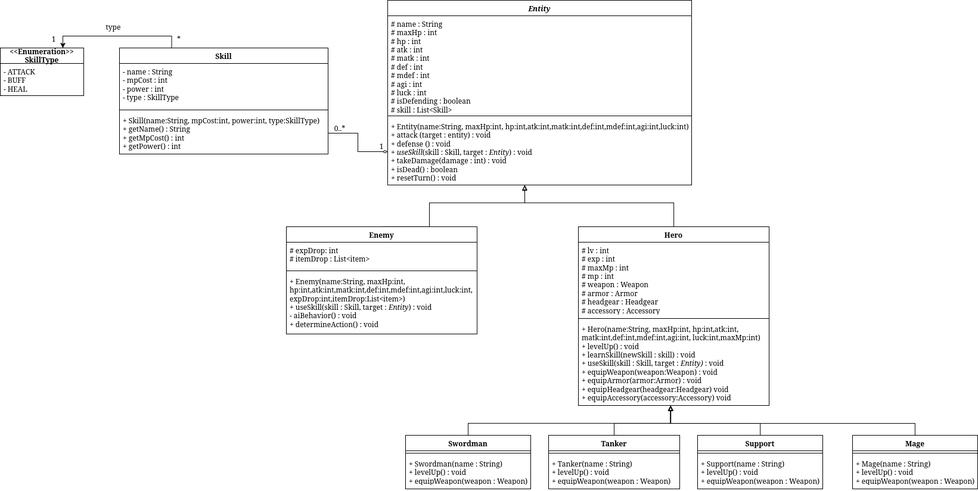
This is OOP_RPG_CLI_Implement.drawio.png from Aerhead09/OOP-RPG-Battle, a draw.io export, as it was before one commit. Source tidied: cells renumbered, new cells last; positions are measured from the earlier drawing's top-left corner, leaving out a move shared by most shapes.
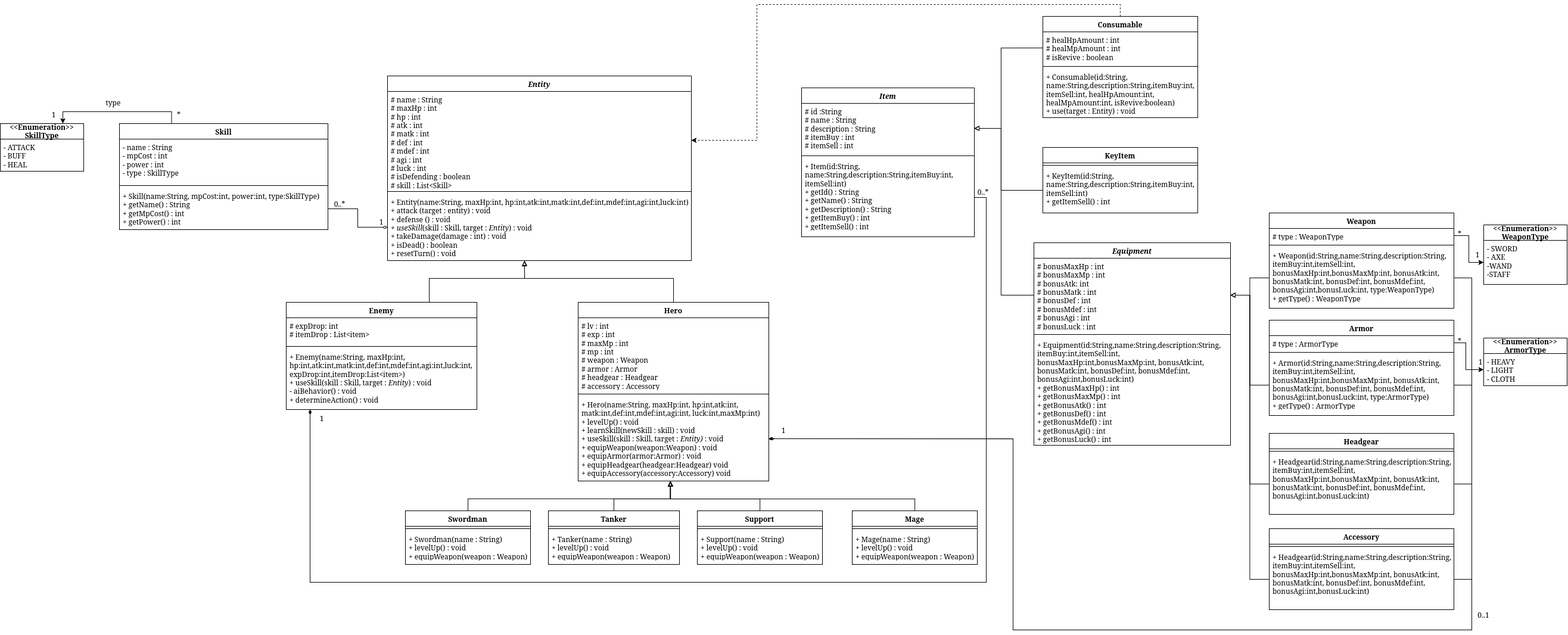
After the commit.

Commit message:
nambah class diagram di bagian item dan tetek bengek nya

Change to the diagram source:
```diff
@@ -164,5 +164,233 @@
     <mxCell id="44" value="type" style="text;html=1;whiteSpace=wrap;strokeColor=none;fillColor=none;align=center;verticalAlign=middle;rounded=0;" parent="1" vertex="1">
       <mxGeometry x="160" y="30" width="60" height="30" as="geometry" />
     </mxCell>
+    <mxCell id="45" value="&lt;i&gt;Item&lt;/i&gt;" style="swimlane;fontStyle=1;align=center;verticalAlign=top;horizontal=1;startSize=26;whiteSpace=wrap;html=1;" parent="1" vertex="1">
+      <mxGeometry x="1345" y="20" width="290" height="250" as="geometry" />
+    </mxCell>
+    <mxCell id="46" value="&lt;div&gt;# id :String&lt;/div&gt;&lt;div&gt;# name : String&lt;/div&gt;&lt;div&gt;# description : String&lt;/div&gt;&lt;div&gt;# itemBuy : int&lt;/div&gt;&lt;div&gt;# itemSell : int&lt;/div&gt;&lt;div&gt;-&lt;/div&gt;" style="text;strokeColor=none;fillColor=none;align=left;verticalAlign=top;spacingLeft=4;spacingRight=4;overflow=hidden;points=[[0,0.5],[1,0.5]];portConstraint=eastwest;whiteSpace=wrap;html=1;" parent="45" vertex="1">
+      <mxGeometry y="26" width="290" height="84" as="geometry" />
+    </mxCell>
+    <mxCell id="47" style="line;strokeWidth=1;fillColor=none;align=left;verticalAlign=middle;spacingTop=-1;spacingLeft=3;spacingRight=3;labelPosition=right;strokeColor=inherit;" parent="45" vertex="1">
+      <mxGeometry y="110" width="290" height="8" as="geometry" />
+    </mxCell>
+    <mxCell id="48" value="&lt;div&gt;+ Item(id:String, name:String,description:String,itemBuy:int, itemSell:int)&lt;/div&gt;&lt;div&gt;+ getId() : String&lt;/div&gt;&lt;div&gt;+ getName() : String&lt;/div&gt;&lt;div&gt;+ getDescription() : String&lt;/div&gt;&lt;div&gt;+ getItemBuy() : int&lt;/div&gt;&lt;div&gt;+ getItemSell() : int&lt;/div&gt;" style="text;strokeColor=none;fillColor=none;align=left;verticalAlign=top;spacingLeft=4;spacingRight=4;overflow=hidden;points=[[0,0.5],[1,0.5]];portConstraint=eastwest;whiteSpace=wrap;html=1;" parent="45" vertex="1">
+      <mxGeometry y="118" width="290" height="132" as="geometry" />
+    </mxCell>
+    <mxCell id="49" style="edgeStyle=orthogonalEdgeStyle;rounded=0;jettySize=auto;html=1;exitX=0.5;exitY=0;exitDx=0;exitDy=0;entryX=1;entryY=0.5;entryDx=0;entryDy=0;dashed=1;" parent="1" edge="1" source="50" target="3">
+      <mxGeometry relative="1" as="geometry">
+        <Array as="points">
+          <mxPoint x="1880" y="-120" />
+          <mxPoint x="1270" y="-120" />
+          <mxPoint x="1270" y="108" />
+        </Array>
+      </mxGeometry>
+    </mxCell>
+    <mxCell id="50" value="Consumable" style="swimlane;fontStyle=1;align=center;verticalAlign=top;horizontal=1;startSize=26;whiteSpace=wrap;html=1;" parent="1" vertex="1">
+      <mxGeometry x="1750" y="-100" width="260" height="170" as="geometry" />
+    </mxCell>
+    <mxCell id="51" value="&lt;div&gt;# healHpAmount : int&lt;/div&gt;&lt;div&gt;# healMpAmount : int&lt;/div&gt;&lt;div&gt;# isRevive : boolean&lt;/div&gt;" style="text;strokeColor=none;fillColor=none;align=left;verticalAlign=top;spacingLeft=4;spacingRight=4;overflow=hidden;points=[[0,0.5],[1,0.5]];portConstraint=eastwest;whiteSpace=wrap;html=1;" parent="50" vertex="1">
+      <mxGeometry y="26" width="260" height="54" as="geometry" />
+    </mxCell>
+    <mxCell id="52" style="line;strokeWidth=1;fillColor=none;align=left;verticalAlign=middle;spacingTop=-1;spacingLeft=3;spacingRight=3;labelPosition=right;strokeColor=inherit;" parent="50" vertex="1">
+      <mxGeometry y="80" width="260" height="8" as="geometry" />
+    </mxCell>
+    <mxCell id="53" value="&lt;div&gt;+ Consumable(id:String, name:String,description:String,itemBuy:int, itemSell:int, healHpAmount:int, healMpAmount:int, isRevive:boolean)&lt;/div&gt;&lt;div&gt;+ use(target : Entity) : void&lt;/div&gt;" style="text;strokeColor=none;fillColor=none;align=left;verticalAlign=top;spacingLeft=4;spacingRight=4;overflow=hidden;whiteSpace=wrap;html=1;" parent="50" vertex="1">
+      <mxGeometry y="88" width="260" height="82" as="geometry" />
+    </mxCell>
+    <mxCell id="54" value="KeyItem" style="swimlane;fontStyle=1;align=center;verticalAlign=top;horizontal=1;startSize=26;whiteSpace=wrap;html=1;" parent="1" vertex="1">
+      <mxGeometry x="1750" y="120" width="260" height="110" as="geometry" />
+    </mxCell>
+    <mxCell id="55" style="line;strokeWidth=1;fillColor=none;align=left;verticalAlign=middle;spacingTop=-1;spacingLeft=3;spacingRight=3;labelPosition=right;strokeColor=inherit;" parent="54" vertex="1">
+      <mxGeometry y="26" width="260" height="8" as="geometry" />
+    </mxCell>
+    <mxCell id="56" value="&lt;div&gt;+ KeyItem(id:String, name:String,description:String,itemBuy:int, itemSell:int)&lt;/div&gt;&lt;div&gt;+ getItemSell() : int&lt;/div&gt;" style="text;strokeColor=none;fillColor=none;align=left;verticalAlign=top;spacingLeft=4;spacingRight=4;overflow=hidden;points=[[0,0.5],[1,0.5]];portConstraint=eastwest;whiteSpace=wrap;html=1;" parent="54" vertex="1">
+      <mxGeometry y="34" width="260" height="76" as="geometry" />
+    </mxCell>
+    <mxCell id="57" value="&lt;i&gt;Equipment&lt;/i&gt;" style="swimlane;fontStyle=1;align=center;verticalAlign=top;horizontal=1;startSize=26;whiteSpace=wrap;html=1;" parent="1" vertex="1">
+      <mxGeometry x="1735" y="280" width="330" height="340" as="geometry" />
+    </mxCell>
+    <mxCell id="58" value="&lt;div&gt;# bonusMaxHp : int&lt;/div&gt;&lt;div&gt;# bonusMaxMp : int&lt;/div&gt;&lt;div&gt;# bonusAtk: int&lt;/div&gt;&lt;div&gt;# bonusMatk : int&lt;/div&gt;&lt;div&gt;# bonusDef : int&lt;/div&gt;&lt;div&gt;# bonusMdef : int&lt;/div&gt;&lt;div&gt;# bonusAgi : int&lt;/div&gt;&lt;div&gt;# bonusLuck : int&lt;/div&gt;" style="text;strokeColor=none;fillColor=none;align=left;verticalAlign=top;spacingLeft=4;spacingRight=4;overflow=hidden;points=[[0,0.5],[1,0.5]];portConstraint=eastwest;whiteSpace=wrap;html=1;" parent="57" vertex="1">
+      <mxGeometry y="26" width="330" height="124" as="geometry" />
+    </mxCell>
+    <mxCell id="59" style="line;strokeWidth=1;fillColor=none;align=left;verticalAlign=middle;spacingTop=-1;spacingLeft=3;spacingRight=3;labelPosition=right;strokeColor=inherit;" parent="57" vertex="1">
+      <mxGeometry y="150" width="330" height="8" as="geometry" />
+    </mxCell>
+    <mxCell id="60" value="&lt;div&gt;+ Equipment(id:String,name:String,description:String, itemBuy:int,itemSell:int, bonusMaxHp:int,bonusMaxMp:int, bonusAtk:int, bonusMatk:int, bonusDef:int, bonusMdef:int, bonusAgi:int,bonusLuck:int)&lt;/div&gt;&lt;div&gt;+ getBonusMaxHp() : int&lt;/div&gt;&lt;div&gt;+ getBonusMaxMp() : int&lt;/div&gt;&lt;div&gt;+ getBonusAtk() : int&lt;/div&gt;&lt;div&gt;+ getBonusDef() : int&lt;/div&gt;&lt;div&gt;+ getBonusMdef() : int&lt;/div&gt;&lt;div&gt;+ getBonusAgi() : int&lt;/div&gt;&lt;div&gt;+ getBonusLuck() : int&lt;/div&gt;" style="text;strokeColor=none;fillColor=none;align=left;verticalAlign=top;spacingLeft=4;spacingRight=4;overflow=hidden;whiteSpace=wrap;html=1;" parent="57" vertex="1">
+      <mxGeometry y="158" width="330" height="182" as="geometry" />
+    </mxCell>
+    <mxCell id="61" value="Weapon" style="swimlane;fontStyle=1;align=center;verticalAlign=top;horizontal=1;startSize=26;whiteSpace=wrap;html=1;" parent="1" vertex="1">
+      <mxGeometry x="2130" y="230" width="310" height="160" as="geometry" />
+    </mxCell>
+    <mxCell id="62" value="# type : WeaponType" style="text;strokeColor=none;fillColor=none;align=left;verticalAlign=top;spacingLeft=4;spacingRight=4;overflow=hidden;points=[[0,0.5],[1,0.5]];portConstraint=eastwest;whiteSpace=wrap;html=1;" parent="61" vertex="1">
+      <mxGeometry y="26" width="310" height="24" as="geometry" />
+    </mxCell>
+    <mxCell id="63" style="line;strokeWidth=1;fillColor=none;align=left;verticalAlign=middle;spacingTop=-1;spacingLeft=3;spacingRight=3;labelPosition=right;strokeColor=inherit;" parent="61" vertex="1">
+      <mxGeometry y="50" width="310" height="8" as="geometry" />
+    </mxCell>
+    <mxCell id="64" value="&lt;div&gt;+ Weapon(id:String,name:String,description:String, itemBuy:int,itemSell:int, bonusMaxHp:int,bonusMaxMp:int, bonusAtk:int, bonusMatk:int, bonusDef:int, bonusMdef:int, bonusAgi:int,bonusLuck:int, type:WeaponType)&lt;/div&gt;&lt;div&gt;+ getType() : WeaponType&lt;/div&gt;" style="text;strokeColor=none;fillColor=none;align=left;verticalAlign=top;spacingLeft=4;spacingRight=4;overflow=hidden;points=[[0,0.5],[1,0.5]];portConstraint=eastwest;whiteSpace=wrap;html=1;" parent="61" vertex="1">
+      <mxGeometry y="58" width="310" height="102" as="geometry" />
+    </mxCell>
+    <mxCell id="65" value="Armor" style="swimlane;fontStyle=1;align=center;verticalAlign=top;horizontal=1;startSize=26;whiteSpace=wrap;html=1;" parent="1" vertex="1">
+      <mxGeometry x="2130" y="410" width="310" height="160" as="geometry" />
+    </mxCell>
+    <mxCell id="66" value="# type : ArmorType" style="text;strokeColor=none;fillColor=none;align=left;verticalAlign=top;spacingLeft=4;spacingRight=4;overflow=hidden;points=[[0,0.5],[1,0.5]];portConstraint=eastwest;whiteSpace=wrap;html=1;" parent="65" vertex="1">
+      <mxGeometry y="26" width="310" height="24" as="geometry" />
+    </mxCell>
+    <mxCell id="67" style="line;strokeWidth=1;fillColor=none;align=left;verticalAlign=middle;spacingTop=-1;spacingLeft=3;spacingRight=3;labelPosition=right;strokeColor=inherit;" parent="65" vertex="1">
+      <mxGeometry y="50" width="310" height="8" as="geometry" />
+    </mxCell>
+    <mxCell id="68" value="&lt;div&gt;+ Armor(id:String,name:String,description:String, itemBuy:int,itemSell:int, bonusMaxHp:int,bonusMaxMp:int, bonusAtk:int, bonusMatk:int, bonusDef:int, bonusMdef:int, bonusAgi:int,bonusLuck:int, type:ArmorType)&lt;/div&gt;&lt;div&gt;+ getType() : ArmorType&lt;/div&gt;" style="text;strokeColor=none;fillColor=none;align=left;verticalAlign=top;spacingLeft=4;spacingRight=4;overflow=hidden;points=[[0,0.5],[1,0.5]];portConstraint=eastwest;whiteSpace=wrap;html=1;" parent="65" vertex="1">
+      <mxGeometry y="58" width="310" height="102" as="geometry" />
+    </mxCell>
+    <mxCell id="69" value="Headgear" style="swimlane;fontStyle=1;align=center;verticalAlign=top;horizontal=1;startSize=26;whiteSpace=wrap;html=1;" parent="1" vertex="1">
+      <mxGeometry x="2130" y="600" width="310" height="136" as="geometry" />
+    </mxCell>
+    <mxCell id="70" style="line;strokeWidth=1;fillColor=none;align=left;verticalAlign=middle;spacingTop=-1;spacingLeft=3;spacingRight=3;labelPosition=right;strokeColor=inherit;" parent="69" vertex="1">
+      <mxGeometry y="26" width="310" height="8" as="geometry" />
+    </mxCell>
+    <mxCell id="71" value="&lt;div&gt;+ Headgear(id:String,name:String,description:String, itemBuy:int,itemSell:int, bonusMaxHp:int,bonusMaxMp:int, bonusAtk:int, bonusMatk:int, bonusDef:int, bonusMdef:int, bonusAgi:int,bonusLuck:int)&lt;/div&gt;" style="text;strokeColor=none;fillColor=none;align=left;verticalAlign=top;spacingLeft=4;spacingRight=4;overflow=hidden;points=[[0,0.5],[1,0.5]];portConstraint=eastwest;whiteSpace=wrap;html=1;" parent="69" vertex="1">
+      <mxGeometry y="34" width="310" height="102" as="geometry" />
+    </mxCell>
+    <mxCell id="72" value="Accessory" style="swimlane;fontStyle=1;align=center;verticalAlign=top;horizontal=1;startSize=26;whiteSpace=wrap;html=1;" parent="1" vertex="1">
+      <mxGeometry x="2130" y="760" width="310" height="136" as="geometry" />
+    </mxCell>
+    <mxCell id="73" style="line;strokeWidth=1;fillColor=none;align=left;verticalAlign=middle;spacingTop=-1;spacingLeft=3;spacingRight=3;labelPosition=right;strokeColor=inherit;" parent="72" vertex="1">
+      <mxGeometry y="26" width="310" height="8" as="geometry" />
+    </mxCell>
+    <mxCell id="74" value="&lt;div&gt;+ Headgear(id:String,name:String,description:String, itemBuy:int,itemSell:int, bonusMaxHp:int,bonusMaxMp:int, bonusAtk:int, bonusMatk:int, bonusDef:int, bonusMdef:int, bonusAgi:int,bonusLuck:int)&lt;/div&gt;" style="text;strokeColor=none;fillColor=none;align=left;verticalAlign=top;spacingLeft=4;spacingRight=4;overflow=hidden;points=[[0,0.5],[1,0.5]];portConstraint=eastwest;whiteSpace=wrap;html=1;" parent="72" vertex="1">
+      <mxGeometry y="34" width="310" height="102" as="geometry" />
+    </mxCell>
+    <mxCell id="75" style="edgeStyle=orthogonalEdgeStyle;rounded=0;jettySize=auto;html=1;exitX=0;exitY=0.5;exitDx=0;exitDy=0;entryX=1;entryY=0.5;entryDx=0;entryDy=0;endArrow=block;endFill=0;" parent="1" edge="1" source="64" target="58">
+      <mxGeometry relative="1" as="geometry" />
+    </mxCell>
+    <mxCell id="76" style="edgeStyle=orthogonalEdgeStyle;rounded=0;jettySize=auto;html=1;exitX=0;exitY=0.5;exitDx=0;exitDy=0;endArrow=block;endFill=0;" parent="1" edge="1" source="68" target="58">
+      <mxGeometry relative="1" as="geometry" />
+    </mxCell>
+    <mxCell id="77" style="edgeStyle=orthogonalEdgeStyle;rounded=0;jettySize=auto;html=1;exitX=0;exitY=0.5;exitDx=0;exitDy=0;entryX=1;entryY=0.5;entryDx=0;entryDy=0;endArrow=block;endFill=0;" parent="1" edge="1" source="71" target="58">
+      <mxGeometry relative="1" as="geometry" />
+    </mxCell>
+    <mxCell id="78" style="edgeStyle=orthogonalEdgeStyle;rounded=0;jettySize=auto;html=1;exitX=0;exitY=0.5;exitDx=0;exitDy=0;entryX=1;entryY=0.5;entryDx=0;entryDy=0;endArrow=block;endFill=0;" parent="1" edge="1" source="74" target="58">
+      <mxGeometry relative="1" as="geometry" />
+    </mxCell>
+    <mxCell id="79" style="edgeStyle=orthogonalEdgeStyle;rounded=0;jettySize=auto;html=1;exitX=0;exitY=0.5;exitDx=0;exitDy=0;endArrow=block;endFill=0;" parent="1" edge="1" source="58" target="46">
+      <mxGeometry relative="1" as="geometry">
+        <Array as="points">
+          <mxPoint x="1680" y="368" />
+          <mxPoint x="1680" y="88" />
+        </Array>
+      </mxGeometry>
+    </mxCell>
+    <mxCell id="80" style="edgeStyle=orthogonalEdgeStyle;rounded=0;jettySize=auto;html=1;endArrow=block;endFill=0;" parent="1" edge="1" source="56" target="46">
+      <mxGeometry relative="1" as="geometry">
+        <Array as="points">
+          <mxPoint x="1680" y="192" />
+          <mxPoint x="1680" y="88" />
+        </Array>
+      </mxGeometry>
+    </mxCell>
+    <mxCell id="81" style="edgeStyle=orthogonalEdgeStyle;rounded=0;jettySize=auto;html=1;exitX=0;exitY=0.5;exitDx=0;exitDy=0;entryX=1;entryY=0.5;entryDx=0;entryDy=0;endArrow=block;endFill=0;" parent="1" edge="1" source="51" target="46">
+      <mxGeometry relative="1" as="geometry">
+        <Array as="points">
+          <mxPoint x="1680" y="-47" />
+          <mxPoint x="1680" y="88" />
+        </Array>
+      </mxGeometry>
+    </mxCell>
+    <mxCell id="82" style="edgeStyle=orthogonalEdgeStyle;rounded=0;jettySize=auto;html=1;exitX=1;exitY=0.5;exitDx=0;exitDy=0;endArrow=diamondThin;endFill=1;" parent="1" edge="1" source="48" target="13">
+      <mxGeometry relative="1" as="geometry">
+        <Array as="points">
+          <mxPoint x="1655" y="204" />
+          <mxPoint x="1655" y="850" />
+          <mxPoint x="520" y="850" />
+        </Array>
+      </mxGeometry>
+    </mxCell>
+    <mxCell id="83" style="edgeStyle=orthogonalEdgeStyle;rounded=0;jettySize=auto;html=1;exitX=1;exitY=0.5;exitDx=0;exitDy=0;entryX=1;entryY=0.5;entryDx=0;entryDy=0;endArrow=diamondThin;endFill=1;" parent="1" edge="1" source="64" target="9">
+      <mxGeometry relative="1" as="geometry">
+        <Array as="points">
+          <mxPoint x="2470" y="339" />
+          <mxPoint x="2470" y="930" />
+          <mxPoint x="1700" y="930" />
+          <mxPoint x="1700" y="609" />
+        </Array>
+      </mxGeometry>
+    </mxCell>
+    <mxCell id="84" style="edgeStyle=orthogonalEdgeStyle;rounded=0;jettySize=auto;html=1;exitX=1;exitY=0.5;exitDx=0;exitDy=0;entryX=1;entryY=0.5;entryDx=0;entryDy=0;endArrow=diamondThin;endFill=1;" parent="1" edge="1" source="68" target="9">
+      <mxGeometry relative="1" as="geometry">
+        <Array as="points">
+          <mxPoint x="2470" y="519" />
+          <mxPoint x="2470" y="930" />
+          <mxPoint x="1700" y="930" />
+          <mxPoint x="1700" y="609" />
+        </Array>
+      </mxGeometry>
+    </mxCell>
+    <mxCell id="85" style="edgeStyle=orthogonalEdgeStyle;rounded=0;jettySize=auto;html=1;exitX=1;exitY=0.5;exitDx=0;exitDy=0;entryX=1;entryY=0.5;entryDx=0;entryDy=0;endArrow=diamondThin;endFill=1;" parent="1" edge="1" source="71" target="9">
+      <mxGeometry relative="1" as="geometry">
+        <Array as="points">
+          <mxPoint x="2470" y="685" />
+          <mxPoint x="2470" y="930" />
+          <mxPoint x="1700" y="930" />
+          <mxPoint x="1700" y="609" />
+        </Array>
+      </mxGeometry>
+    </mxCell>
+    <mxCell id="86" style="edgeStyle=orthogonalEdgeStyle;rounded=0;jettySize=auto;html=1;exitX=1;exitY=0.5;exitDx=0;exitDy=0;entryX=1;entryY=0.5;entryDx=0;entryDy=0;endArrow=diamondThin;endFill=1;" parent="1" edge="1" source="74" target="9">
+      <mxGeometry relative="1" as="geometry">
+        <Array as="points">
+          <mxPoint x="2470" y="845" />
+          <mxPoint x="2470" y="930" />
+          <mxPoint x="1700" y="930" />
+          <mxPoint x="1700" y="609" />
+        </Array>
+      </mxGeometry>
+    </mxCell>
+    <mxCell id="87" value="&lt;div&gt;&lt;b&gt;&amp;lt;&amp;lt;Enumeration&amp;gt;&amp;gt;&lt;/b&gt;&lt;/div&gt;&lt;div&gt;&lt;b&gt;WeaponType&lt;/b&gt;&lt;/div&gt;" style="swimlane;fontStyle=0;horizontal=1;startSize=26;fillColor=none;whiteSpace=wrap;html=1;" parent="1" vertex="1">
+      <mxGeometry x="2490" y="250" width="140" height="100" as="geometry" />
+    </mxCell>
+    <mxCell id="88" value="&lt;div&gt;- SWORD&lt;/div&gt;&lt;div&gt;- AXE&lt;/div&gt;&lt;div&gt;-WAND&lt;/div&gt;&lt;div&gt;-STAFF&lt;/div&gt;" style="text;strokeColor=none;fillColor=none;align=left;verticalAlign=top;spacingLeft=4;spacingRight=4;overflow=hidden;points=[[0,0.5],[1,0.5]];portConstraint=eastwest;whiteSpace=wrap;html=1;" parent="87" vertex="1">
+      <mxGeometry y="26" width="140" height="74" as="geometry" />
+    </mxCell>
+    <mxCell id="89" value="&lt;div&gt;&lt;b&gt;&amp;lt;&amp;lt;Enumeration&amp;gt;&amp;gt;&lt;/b&gt;&lt;/div&gt;&lt;div&gt;&lt;b&gt;ArmorType&lt;/b&gt;&lt;/div&gt;" style="swimlane;fontStyle=0;horizontal=1;startSize=26;fillColor=none;whiteSpace=wrap;html=1;" parent="1" vertex="1">
+      <mxGeometry x="2490" y="440" width="140" height="80" as="geometry" />
+    </mxCell>
+    <mxCell id="90" value="&lt;div&gt;- HEAVY&lt;/div&gt;&lt;div&gt;- LIGHT&lt;/div&gt;&lt;div&gt;- CLOTH&lt;/div&gt;" style="text;strokeColor=none;fillColor=none;align=left;verticalAlign=top;spacingLeft=4;spacingRight=4;overflow=hidden;points=[[0,0.5],[1,0.5]];portConstraint=eastwest;whiteSpace=wrap;html=1;" parent="89" vertex="1">
+      <mxGeometry y="26" width="140" height="54" as="geometry" />
+    </mxCell>
+    <mxCell id="91" style="edgeStyle=orthogonalEdgeStyle;rounded=0;jettySize=auto;html=1;exitX=0;exitY=0.5;exitDx=0;exitDy=0;entryX=1;entryY=0.5;entryDx=0;entryDy=0;startArrow=classic;startFill=1;endArrow=none;endFill=0;" parent="1" edge="1" source="88" target="62">
+      <mxGeometry relative="1" as="geometry" />
+    </mxCell>
+    <mxCell id="92" style="edgeStyle=orthogonalEdgeStyle;rounded=0;jettySize=auto;html=1;exitX=0;exitY=0.5;exitDx=0;exitDy=0;entryX=1;entryY=0.5;entryDx=0;entryDy=0;startArrow=classic;startFill=1;endArrow=none;endFill=0;" parent="1" edge="1" source="90" target="66">
+      <mxGeometry relative="1" as="geometry">
+        <Array as="points">
+          <mxPoint x="2460" y="493" />
+          <mxPoint x="2460" y="448" />
+        </Array>
+      </mxGeometry>
+    </mxCell>
+    <mxCell id="93" value="1" style="text;html=1;whiteSpace=wrap;strokeColor=none;fillColor=none;align=center;verticalAlign=middle;rounded=0;" parent="1" vertex="1">
+      <mxGeometry x="1285" y="580" width="60" height="30" as="geometry" />
+    </mxCell>
+    <mxCell id="94" value="0..1" style="text;html=1;whiteSpace=wrap;strokeColor=none;fillColor=none;align=center;verticalAlign=middle;rounded=0;" parent="1" vertex="1">
+      <mxGeometry x="2460" y="890" width="60" height="30" as="geometry" />
+    </mxCell>
+    <mxCell id="95" value="1" style="text;html=1;whiteSpace=wrap;strokeColor=none;fillColor=none;align=center;verticalAlign=middle;rounded=0;" parent="1" vertex="1">
+      <mxGeometry x="510" y="560" width="60" height="30" as="geometry" />
+    </mxCell>
+    <mxCell id="96" value="0..*" style="text;html=1;whiteSpace=wrap;strokeColor=none;fillColor=none;align=center;verticalAlign=middle;rounded=0;" parent="1" vertex="1">
+      <mxGeometry x="1620" y="180" width="60" height="30" as="geometry" />
+    </mxCell>
+    <mxCell id="97" value="*" style="text;html=1;whiteSpace=wrap;strokeColor=none;fillColor=none;align=center;verticalAlign=middle;rounded=0;" parent="1" vertex="1">
+      <mxGeometry x="2420" y="430" width="60" height="30" as="geometry" />
+    </mxCell>
+    <mxCell id="98" value="1" style="text;html=1;whiteSpace=wrap;strokeColor=none;fillColor=none;align=center;verticalAlign=middle;rounded=0;" parent="1" vertex="1">
+      <mxGeometry x="2455" y="465" width="60" height="30" as="geometry" />
+    </mxCell>
+    <mxCell id="99" value="*" style="text;html=1;whiteSpace=wrap;strokeColor=none;fillColor=none;align=center;verticalAlign=middle;rounded=0;" parent="1" vertex="1">
+      <mxGeometry x="2420" y="250" width="60" height="30" as="geometry" />
+    </mxCell>
+    <mxCell id="100" value="1" style="text;html=1;whiteSpace=wrap;strokeColor=none;fillColor=none;align=center;verticalAlign=middle;rounded=0;" parent="1" vertex="1">
+      <mxGeometry x="2450" y="285" width="60" height="30" as="geometry" />
+    </mxCell>
   </root>
 </mxGraphModel>
```
